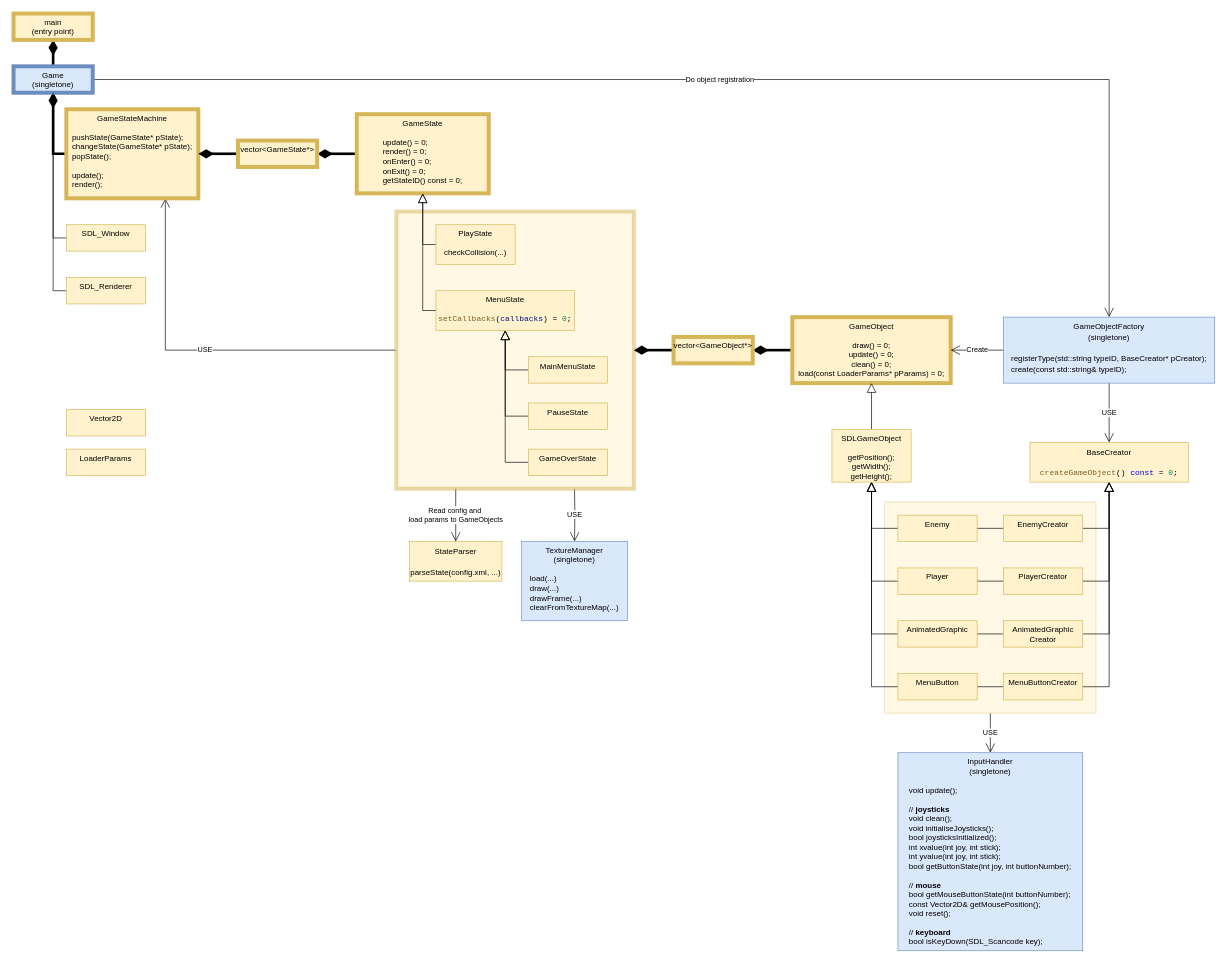
This is time/2021-12-30_1300_SDLGame/SDLGame/SDLGameUML.drawio from ArTarOne/CppProjects, a draw.io file, before an edit. Source tidied: cells renumbered, new cells numbered last; positions are measured from the earlier drawing's top-left corner, leaving out a move shared by most shapes. Both pictures are drawn from the tidied source at 66%, with x=0, y=0 at pixel (13, 13).
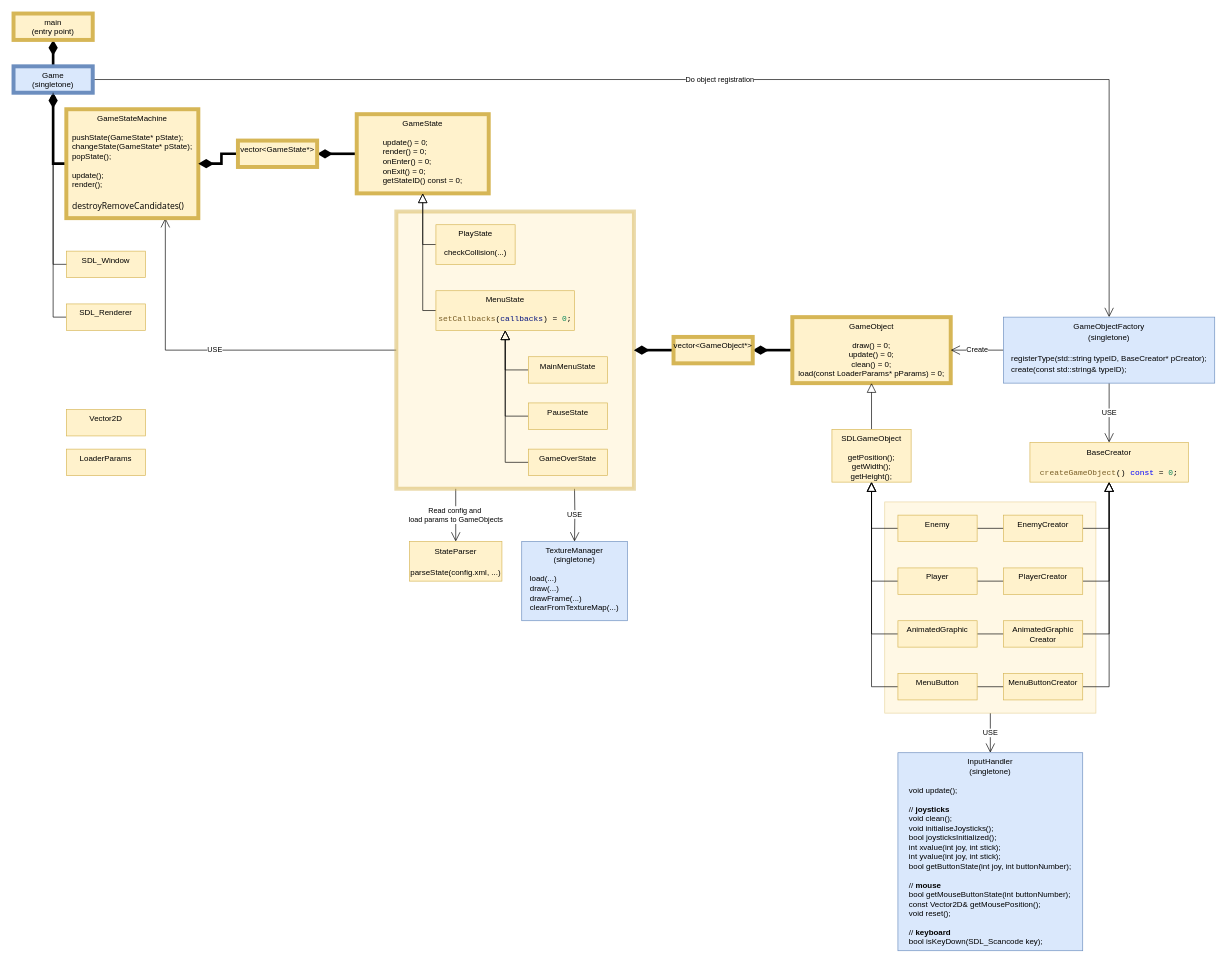
Above is the later version.

Commit message (it also covers changes not shown here):
SDL: Chapter 6: Step 2: Fix Bug 0001 by adding GameStateMachine::destroyRemoveCandidates

Change to the diagram source:
```diff
@@
-    <mxCell id="9" value="GameStateMachine&lt;br&gt;&lt;br&gt;&lt;div style=&quot;text-align: left&quot;&gt;pushState(GameState* pState);&lt;/div&gt;&lt;div style=&quot;text-align: left&quot;&gt;changeState(GameState* pState);&lt;/div&gt;&lt;div style=&quot;text-align: left&quot;&gt;popState();&lt;/div&gt;&lt;div style=&quot;text-align: left&quot;&gt;&lt;br&gt;&lt;/div&gt;&lt;div style=&quot;text-align: left&quot;&gt;update();&lt;/div&gt;&lt;div style=&quot;text-align: left&quot;&gt;render();&lt;/div&gt;" style="rounded=0;whiteSpace=wrap;html=1;verticalAlign=top;fillColor=#fff2cc;strokeColor=#d6b656;strokeWidth=6;" parent="1" vertex="1">
-      <mxGeometry x="80" y="145" width="200" height="135" as="geometry" />
+    <mxCell id="9" value="GameStateMachine&lt;br&gt;&lt;br&gt;&lt;div style=&quot;text-align: left&quot;&gt;pushState(GameState* pState);&lt;/div&gt;&lt;div style=&quot;text-align: left&quot;&gt;changeState(GameState* pState);&lt;/div&gt;&lt;div style=&quot;text-align: left&quot;&gt;popState();&lt;/div&gt;&lt;div style=&quot;text-align: left&quot;&gt;&lt;br&gt;&lt;/div&gt;&lt;div style=&quot;text-align: left&quot;&gt;update();&lt;/div&gt;&lt;div style=&quot;text-align: left&quot;&gt;render();&lt;/div&gt;&lt;div style=&quot;text-align: left&quot;&gt;&lt;br&gt;&lt;/div&gt;&lt;div style=&quot;text-align: left&quot;&gt;&lt;div style=&quot;font-family: &amp;#34;segoe wpc&amp;#34; , &amp;#34;segoe ui&amp;#34; , sans-serif , &amp;#34;consolas&amp;#34; , &amp;#34;courier new&amp;#34; , monospace ; font-size: 13px ; line-height: 20px&quot;&gt;destroyRemoveCandidates()&lt;/div&gt;&lt;/div&gt;" style="rounded=0;whiteSpace=wrap;html=1;verticalAlign=top;fillColor=#fff2cc;strokeColor=#d6b656;strokeWidth=6;" parent="1" vertex="1">
+      <mxGeometry x="80" y="145" width="200" height="165" as="geometry" />
     </mxCell>
     <mxCell id="10" value="SDL_Window" style="rounded=0;whiteSpace=wrap;html=1;verticalAlign=top;fillColor=#fff2cc;strokeColor=#d6b656;" parent="1" vertex="1">
-      <mxGeometry x="80" y="320" width="120" height="40" as="geometry" />
+      <mxGeometry x="80" y="360" width="120" height="40" as="geometry" />
     </mxCell>
@@
     <mxCell id="12" value="SDL_Renderer" style="rounded=0;whiteSpace=wrap;html=1;verticalAlign=top;fillColor=#fff2cc;strokeColor=#d6b656;" parent="1" vertex="1">
-      <mxGeometry x="80" y="400" width="120" height="40" as="geometry" />
+      <mxGeometry x="80" y="440" width="120" height="40" as="geometry" />
     </mxCell>
```
